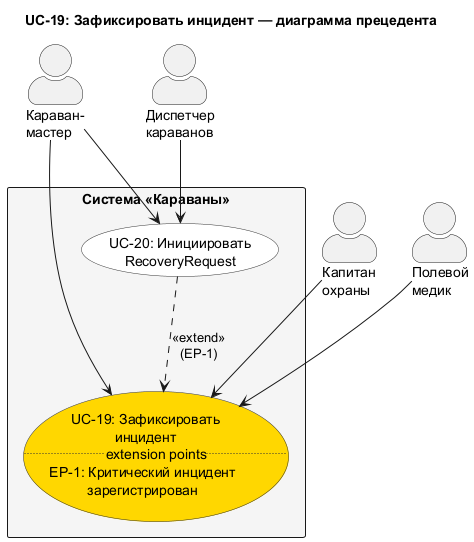
Earlier version of the PlantUML export diagrams/out/UC_19_Detail.png (granikartem/MPI). Source of this version:
```plantuml
@startuml UC_19_Detail
skinparam actorStyle awesome
skinparam usecaseBackgroundColor #White
skinparam usecaseBorderColor #333333
skinparam rectangleBackgroundColor #F5F5F5

title UC-19: Зафиксировать инцидент — диаграмма прецедента

actor "Караван-\nмастер" as CM
actor "Капитан\nохраны" as SC
actor "Полевой\nмедик" as Medic
actor "Диспетчер\nкараванов" as Dispatcher

rectangle "Система «Караваны»" {
  usecase "UC-19: Зафиксировать\nинцидент\n.. extension points ..\nEP-1: Критический инцидент\nзарегистрирован" as UC19 #Gold
  usecase "UC-20: Инициировать\nRecoveryRequest" as UC20
}

CM --> UC19
SC --> UC19
Medic --> UC19

CM --> UC20
Dispatcher --> UC20

UC20 ..> UC19 : <<extend>>\n(EP-1)

@enduml
```
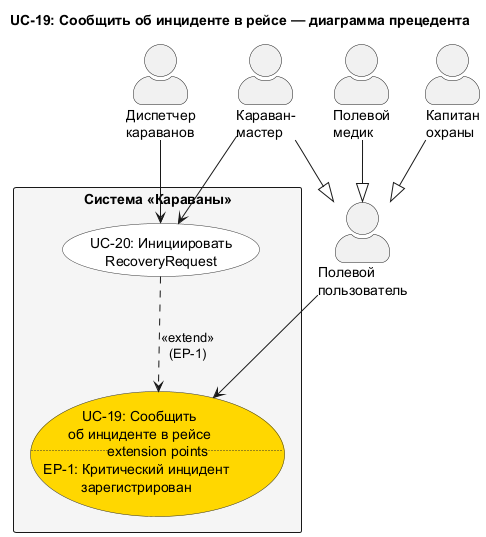
After the change.

What changed in the source:
```diff
@@ -4,21 +4,24 @@
 skinparam usecaseBorderColor #333333
 skinparam rectangleBackgroundColor #F5F5F5
 
-title UC-19: Зафиксировать инцидент — диаграмма прецедента
+title UC-19: Сообщить об инциденте в рейсе — диаграмма прецедента
 
+actor "Полевой\nпользователь" as Field
 actor "Караван-\nмастер" as CM
 actor "Капитан\nохраны" as SC
 actor "Полевой\nмедик" as Medic
 actor "Диспетчер\nкараванов" as Dispatcher
 
+CM --|> Field
+SC --|> Field
+Medic --|> Field
+
 rectangle "Система «Караваны»" {
-  usecase "UC-19: Зафиксировать\nинцидент\n.. extension points ..\nEP-1: Критический инцидент\nзарегистрирован" as UC19 #Gold
+  usecase "UC-19: Сообщить\nоб инциденте в рейсе\n.. extension points ..\nEP-1: Критический инцидент\nзарегистрирован" as UC19 #Gold
   usecase "UC-20: Инициировать\nRecoveryRequest" as UC20
 }
 
-CM --> UC19
-SC --> UC19
-Medic --> UC19
+Field --> UC19
 
 CM --> UC20
 Dispatcher --> UC20
```
